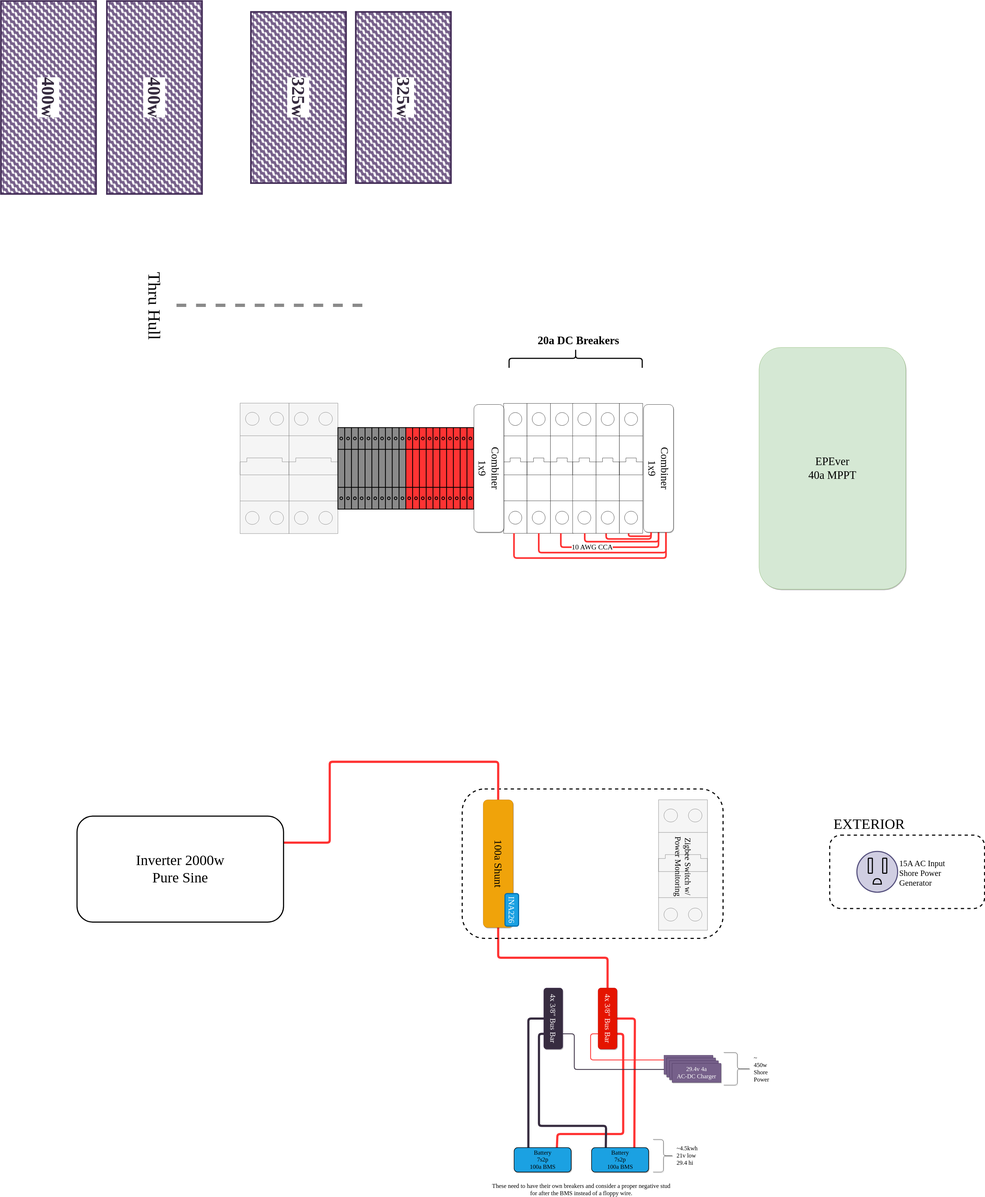
The draw.io diagram gary-bussy-electrical.drawio.svg in clomads/gary-bussy, before a commit. Source tidied: cells renumbered, new cells last; positions are measured from the earlier drawing's top-left corner, leaving out a move shared by most shapes.
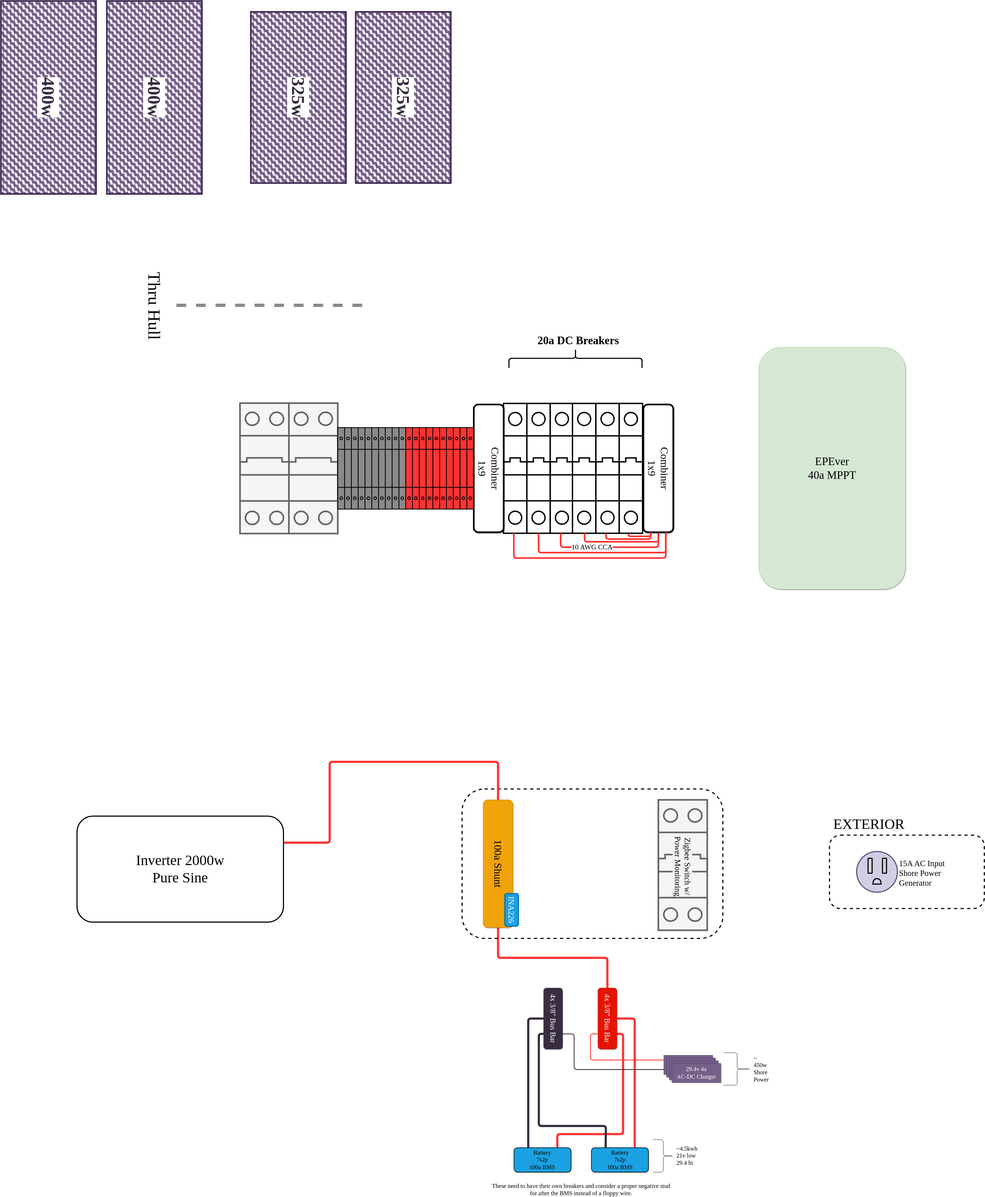
After the change.

Commit message:
visual tweaks

Change to the diagram source:
```diff
@@ -92,10 +92,10 @@
     <mxCell id="22" style="group;" parent="21" vertex="1">
       <mxGeometry y="280" width="1595" height="480" as="geometry" />
     </mxCell>
-    <mxCell id="23" style="verticalLabelPosition=bottom;dashed=0;shadow=0;html=1;align=center;verticalAlign=top;shape=mxgraph.cabinets.cb_2p;sketch=0;fontFamily=League Spartan;fontSource=https%3A%2F%2Ffonts.googleapis.com%2Fcss%3Ffamily%3DLeague%2BSpartan;fontSize=27;fillColor=#f5f5f5;fontColor=#333333;strokeColor=#666666;" parent="22" vertex="1">
+    <mxCell id="23" style="verticalLabelPosition=bottom;dashed=0;shadow=0;html=1;align=center;verticalAlign=top;shape=mxgraph.cabinets.cb_2p;sketch=0;fontFamily=League Spartan;fontSource=https%3A%2F%2Ffonts.googleapis.com%2Fcss%3Ffamily%3DLeague%2BSpartan;fontSize=27;fillColor=#f5f5f5;fontColor=#333333;strokeColor=#666666;strokeWidth=6;" parent="22" vertex="1">
       <mxGeometry width="180" height="480" as="geometry" />
     </mxCell>
-    <mxCell id="24" style="verticalLabelPosition=bottom;dashed=0;shadow=0;html=1;align=center;verticalAlign=top;shape=mxgraph.cabinets.cb_2p;sketch=0;fontFamily=League Spartan;fontSource=https%3A%2F%2Ffonts.googleapis.com%2Fcss%3Ffamily%3DLeague%2BSpartan;fontSize=27;fillColor=#f5f5f5;fontColor=#333333;strokeColor=#666666;" parent="22" vertex="1">
+    <mxCell id="24" style="verticalLabelPosition=bottom;dashed=0;shadow=0;html=1;align=center;verticalAlign=top;shape=mxgraph.cabinets.cb_2p;sketch=0;fontFamily=League Spartan;fontSource=https%3A%2F%2Ffonts.googleapis.com%2Fcss%3Ffamily%3DLeague%2BSpartan;fontSize=27;fillColor=#f5f5f5;fontColor=#333333;strokeColor=#666666;strokeWidth=6;" parent="22" vertex="1">
       <mxGeometry x="180" width="180" height="480" as="geometry" />
     </mxCell>
     <mxCell id="25" style="verticalLabelPosition=bottom;dashed=0;shadow=0;html=1;align=center;verticalAlign=top;shape=mxgraph.cabinets.terminal_4_6mm2_x10;sketch=0;fontFamily=League Spartan;fontSource=https%3A%2F%2Ffonts.googleapis.com%2Fcss%3Ffamily%3DLeague%2BSpartan;fontSize=27;fontColor=#FFFFFF;fillColor=#8A8A8A;strokeWidth=3;" parent="22" vertex="1">
@@ -104,25 +104,25 @@
     <mxCell id="26" style="verticalLabelPosition=bottom;dashed=0;shadow=0;html=1;align=center;verticalAlign=top;shape=mxgraph.cabinets.terminal_4_6mm2_x10;sketch=0;fontFamily=League Spartan;fontSource=https%3A%2F%2Ffonts.googleapis.com%2Fcss%3Ffamily%3DLeague%2BSpartan;fontSize=27;fontColor=#FFFFFF;fillColor=#FF3333;strokeWidth=3;" parent="22" vertex="1">
       <mxGeometry x="610" y="90" width="250" height="300" as="geometry" />
     </mxCell>
-    <mxCell id="27" style="verticalLabelPosition=bottom;dashed=0;shadow=0;html=1;align=center;verticalAlign=top;shape=mxgraph.cabinets.cb_1p;fontSize=41;" parent="22" vertex="1">
+    <mxCell id="27" style="verticalLabelPosition=bottom;dashed=0;shadow=0;html=1;align=center;verticalAlign=top;shape=mxgraph.cabinets.cb_1p;fontSize=41;strokeWidth=5;" parent="22" vertex="1">
       <mxGeometry x="970" y="1.1" width="86" height="477.9" as="geometry" />
     </mxCell>
-    <mxCell id="28" value="Combiner&lt;br style=&quot;font-size: 39px;&quot;&gt;1x9" style="rounded=1;whiteSpace=wrap;html=1;shadow=1;sketch=0;fontFamily=League Spartan;fontSource=https%3A%2F%2Ffonts.googleapis.com%2Fcss%3Ffamily%3DLeague%2BSpartan;fontSize=39;rotation=90;" parent="22" vertex="1">
+    <mxCell id="28" value="Combiner&lt;br style=&quot;font-size: 39px;&quot;&gt;1x9" style="rounded=1;whiteSpace=wrap;html=1;shadow=1;sketch=0;fontFamily=League Spartan;fontSource=https%3A%2F%2Ffonts.googleapis.com%2Fcss%3Ffamily%3DLeague%2BSpartan;fontSize=39;rotation=90;strokeWidth=6;" parent="22" vertex="1">
       <mxGeometry x="680.5" y="185" width="470.2" height="110" as="geometry" />
     </mxCell>
-    <mxCell id="29" style="verticalLabelPosition=bottom;dashed=0;shadow=0;html=1;align=center;verticalAlign=top;shape=mxgraph.cabinets.cb_1p;fontSize=41;" parent="22" vertex="1">
+    <mxCell id="29" style="verticalLabelPosition=bottom;dashed=0;shadow=0;html=1;align=center;verticalAlign=top;shape=mxgraph.cabinets.cb_1p;fontSize=41;strokeWidth=5;" parent="22" vertex="1">
       <mxGeometry x="1056" y="1.1" width="86" height="477.9" as="geometry" />
     </mxCell>
-    <mxCell id="30" style="verticalLabelPosition=bottom;dashed=0;shadow=0;html=1;align=center;verticalAlign=top;shape=mxgraph.cabinets.cb_1p;fontSize=41;" parent="22" vertex="1">
+    <mxCell id="30" style="verticalLabelPosition=bottom;dashed=0;shadow=0;html=1;align=center;verticalAlign=top;shape=mxgraph.cabinets.cb_1p;fontSize=41;strokeWidth=5;" parent="22" vertex="1">
       <mxGeometry x="1142" y="1.1" width="86" height="477.9" as="geometry" />
     </mxCell>
-    <mxCell id="31" style="verticalLabelPosition=bottom;dashed=0;shadow=0;html=1;align=center;verticalAlign=top;shape=mxgraph.cabinets.cb_1p;fontSize=41;" parent="22" vertex="1">
+    <mxCell id="31" style="verticalLabelPosition=bottom;dashed=0;shadow=0;html=1;align=center;verticalAlign=top;shape=mxgraph.cabinets.cb_1p;fontSize=41;strokeWidth=5;" parent="22" vertex="1">
       <mxGeometry x="1224" y="1.1" width="86" height="477.9" as="geometry" />
     </mxCell>
-    <mxCell id="32" style="verticalLabelPosition=bottom;dashed=0;shadow=0;html=1;align=center;verticalAlign=top;shape=mxgraph.cabinets.cb_1p;fontSize=41;" parent="22" vertex="1">
+    <mxCell id="32" style="verticalLabelPosition=bottom;dashed=0;shadow=0;html=1;align=center;verticalAlign=top;shape=mxgraph.cabinets.cb_1p;fontSize=41;strokeWidth=5;" parent="22" vertex="1">
       <mxGeometry x="1310" y="1.1" width="86" height="477.9" as="geometry" />
     </mxCell>
-    <mxCell id="33" style="verticalLabelPosition=bottom;dashed=0;shadow=0;html=1;align=center;verticalAlign=top;shape=mxgraph.cabinets.cb_1p;fontSize=41;" parent="22" vertex="1">
+    <mxCell id="33" style="verticalLabelPosition=bottom;dashed=0;shadow=0;html=1;align=center;verticalAlign=top;shape=mxgraph.cabinets.cb_1p;fontSize=41;strokeWidth=5;" parent="22" vertex="1">
       <mxGeometry x="1396" y="1.1" width="86" height="477.9" as="geometry" />
     </mxCell>
     <mxCell id="34" style="edgeStyle=orthogonalEdgeStyle;rounded=1;jettySize=auto;html=1;exitX=1;exitY=0.75;exitDx=0;exitDy=0;entryX=0.432;entryY=1.002;entryDx=0;entryDy=0;entryPerimeter=0;strokeColor=#FF3333;strokeWidth=6;fontFamily=League Spartan;fontSource=https%3A%2F%2Ffonts.googleapis.com%2Fcss%3Ffamily%3DLeague%2BSpartan;fontSize=53;endArrow=none;endFill=0;" parent="22" edge="1" source="39" target="32">
@@ -160,7 +160,7 @@
         </Array>
       </mxGeometry>
     </mxCell>
-    <mxCell id="39" value="Combiner&lt;br style=&quot;font-size: 39px;&quot;&gt;1x9" style="rounded=1;whiteSpace=wrap;html=1;shadow=1;sketch=0;fontFamily=League Spartan;fontSource=https%3A%2F%2Ffonts.googleapis.com%2Fcss%3Ffamily%3DLeague%2BSpartan;fontSize=39;rotation=90;" parent="22" vertex="1">
+    <mxCell id="39" value="Combiner&lt;br style=&quot;font-size: 39px;&quot;&gt;1x9" style="rounded=1;whiteSpace=wrap;html=1;shadow=1;sketch=0;fontFamily=League Spartan;fontSource=https%3A%2F%2Ffonts.googleapis.com%2Fcss%3Ffamily%3DLeague%2BSpartan;fontSize=39;rotation=90;strokeWidth=6;" parent="22" vertex="1">
       <mxGeometry x="1304.9" y="185" width="470.2" height="110" as="geometry" />
     </mxCell>
     <mxCell id="40" style="edgeStyle=orthogonalEdgeStyle;rounded=1;jettySize=auto;html=1;exitX=1;exitY=0.25;exitDx=0;exitDy=0;strokeColor=#FF3333;strokeWidth=6;fontFamily=League Spartan;fontSource=https%3A%2F%2Ffonts.googleapis.com%2Fcss%3Ffamily%3DLeague%2BSpartan;fontSize=53;endArrow=none;endFill=0;entryX=0.502;entryY=1;entryDx=0;entryDy=0;entryPerimeter=0;" parent="22" edge="1" source="39" target="29">
@@ -198,10 +198,10 @@
     <mxCell id="47" value="INA226" style="rounded=1;whiteSpace=wrap;html=1;sketch=0;strokeColor=#006EAF;strokeWidth=4;fontFamily=League Spartan;fontSource=https%3A%2F%2Ffonts.googleapis.com%2Fcss%3Ffamily%3DLeague%2BSpartan;fontSize=30;fillColor=#1ba1e2;horizontal=1;rotation=90;fontColor=#ffffff;" parent="1" vertex="1">
       <mxGeometry x="2000" y="3140" width="120" height="50" as="geometry" />
     </mxCell>
-    <mxCell id="48" style="verticalLabelPosition=bottom;dashed=0;shadow=0;html=1;align=center;verticalAlign=top;shape=mxgraph.cabinets.cb_2p;sketch=0;fontFamily=League Spartan;fontSource=https%3A%2F%2Ffonts.googleapis.com%2Fcss%3Ffamily%3DLeague%2BSpartan;fontSize=27;fillColor=#f5f5f5;fontColor=#333333;strokeColor=#666666;" parent="1" vertex="1">
+    <mxCell id="48" style="verticalLabelPosition=bottom;dashed=0;shadow=0;html=1;align=center;verticalAlign=top;shape=mxgraph.cabinets.cb_2p;sketch=0;fontFamily=League Spartan;fontSource=https%3A%2F%2Ffonts.googleapis.com%2Fcss%3Ffamily%3DLeague%2BSpartan;fontSize=27;fillColor=#f5f5f5;fontColor=#333333;strokeColor=#666666;strokeWidth=6;" parent="1" vertex="1">
       <mxGeometry x="2600" y="2760" width="180" height="480" as="geometry" />
     </mxCell>
-    <mxCell id="49" value="Zigbee Switch w/&lt;br&gt;Power Monitoring" style="text;html=1;align=center;verticalAlign=middle;strokeColor=none;fillColor=none;fontSize=30;fontFamily=League Spartan;shadow=0;rotation=90;" parent="1" vertex="1">
+    <mxCell id="49" value="Zigbee Switch w/&lt;br&gt;Power Monitoring" style="text;html=1;align=center;verticalAlign=middle;strokeColor=none;fillColor=none;fontSize=30;fontFamily=League Spartan;shadow=0;rotation=90;labelBackgroundColor=#F5F5F5;" parent="1" vertex="1">
       <mxGeometry x="2570" y="2960" width="240" height="90" as="geometry" />
     </mxCell>
     <mxCell id="50" value="Inverter 2000w&lt;br style=&quot;font-size: 53px;&quot;&gt;Pure Sine" style="rounded=1;whiteSpace=wrap;html=1;shadow=0;sketch=0;strokeColor=default;strokeWidth=4;fontFamily=League Spartan;fontSource=https%3A%2F%2Ffonts.googleapis.com%2Fcss%3Ffamily%3DLeague%2BSpartan;fontSize=53;fillColor=none;" parent="1" vertex="1">
```
